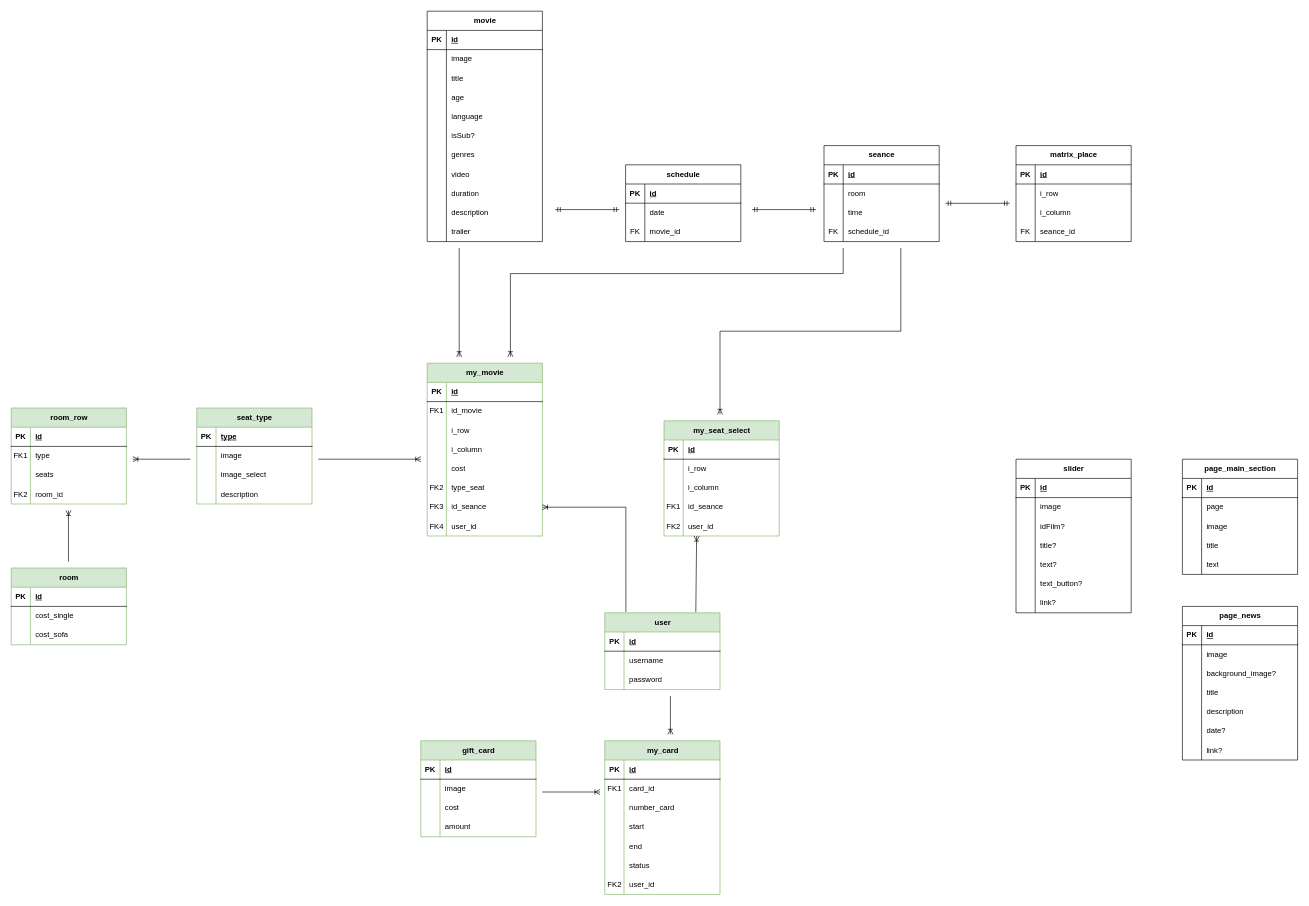
DeeMooR/Silver-Screen keeps this draw.io diagram as backend/Диаграмма классов.drawio. Above is the earlier version. Source tidied: cells renumbered, new cells numbered last; positions are measured from the earlier drawing's top-left corner, leaving out a move shared by most shapes. Both pictures are drawn from the tidied source at 64%, with x=0, y=0 at pixel (11, 11).
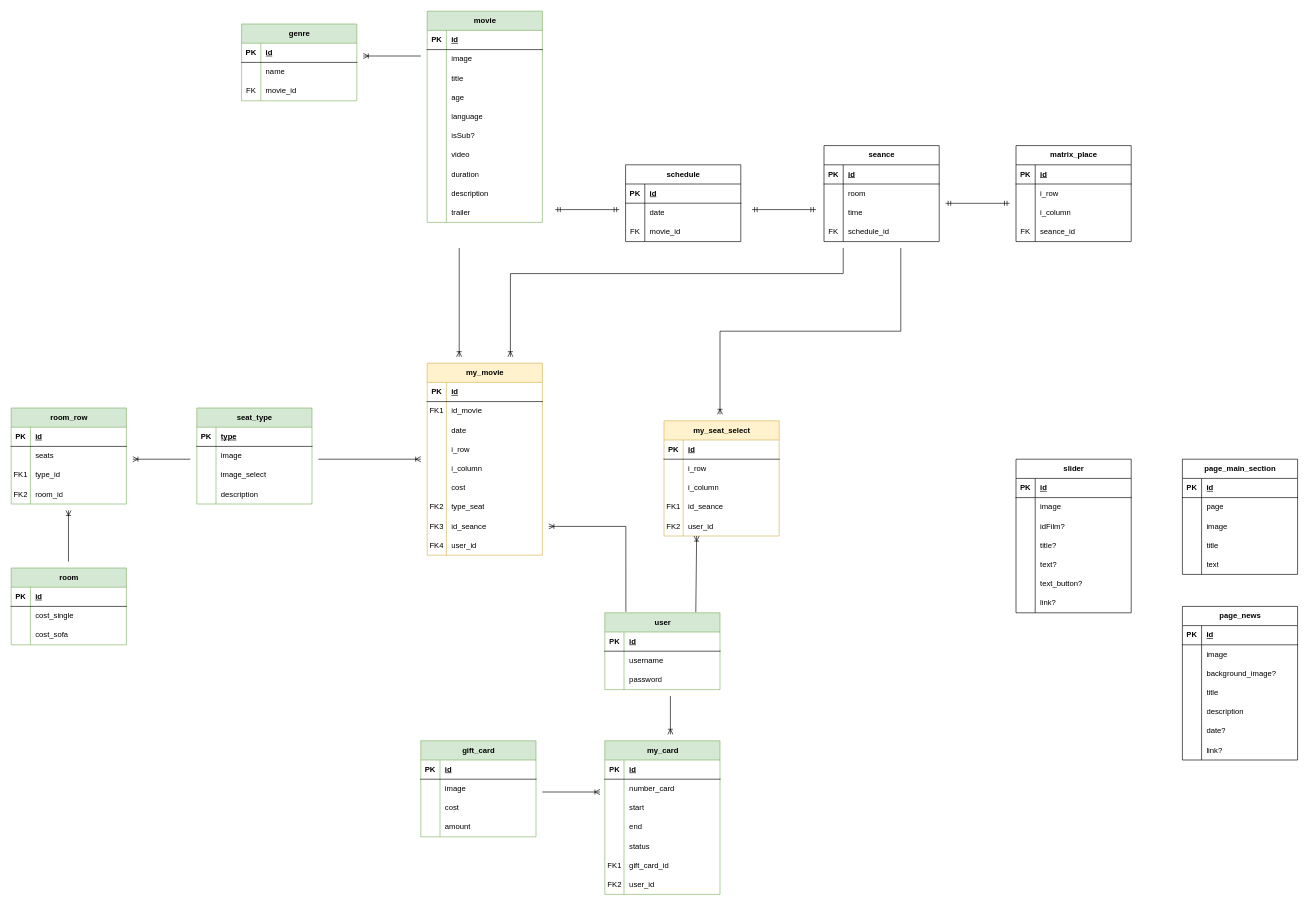
After the change.

Unchanged cells that the change refers to:
```xml
<mxCell id="2" value="user" style="shape=table;startSize=30;childLayout=tableLayout;rowLines=0;fontStyle=1;align=center;html=1;fillColor=#d5e8d4;strokeColor=#82b366;" parent="1" vertex="1">
  <mxGeometry x="927.5" y="940" width="180" height="120" as="geometry" />
</mxCell>
<mxCell id="12" value="my_card" style="shape=table;startSize=30;childLayout=tableLayout;rowLines=0;fontStyle=1;align=center;html=1;fillColor=#d5e8d4;strokeColor=#82b366;" parent="1" vertex="1">
  <mxGeometry x="927.5" y="1140" width="180" height="240" as="geometry" />
</mxCell>
<mxCell id="175" style="shape=tableRow;horizontal=0;startSize=0;swimlaneHead=0;swimlaneBody=0;fillColor=none;top=0;left=0;right=0;bottom=0;" parent="171" vertex="1">
  <mxGeometry y="60" width="180" height="30" as="geometry" />
</mxCell>
<mxCell id="178" style="shape=tableRow;horizontal=0;startSize=0;swimlaneHead=0;swimlaneBody=0;fillColor=none;top=0;left=0;right=0;bottom=0;" parent="171" vertex="1">
  <mxGeometry y="90" width="180" height="30" as="geometry" />
</mxCell>
```

Change to the diagram source:
```diff
@@
-    <mxCell id="16" style="shape=tableRow;horizontal=0;startSize=0;swimlaneHead=0;swimlaneBody=0;fillColor=none;top=0;left=0;right=0;bottom=0;" parent="12" vertex="1">
-      <mxGeometry y="60" width="180" height="30" as="geometry" />
-    </mxCell>
-    <mxCell id="17" value="FK1" style="shape=partialRectangle;fillColor=none;top=0;left=0;bottom=0;right=0;overflow=hidden;whiteSpace=wrap;html=1;" parent="16" vertex="1">
-      <mxGeometry width="30" height="30" as="geometry" />
-    </mxCell>
-    <mxCell id="18" value="card_id" style="shape=partialRectangle;fillColor=none;top=0;left=0;bottom=0;right=0;align=left;spacingLeft=6;overflow=hidden;whiteSpace=wrap;html=1;" parent="16" vertex="1">
-      <mxGeometry x="30" width="150" height="30" as="geometry" />
-    </mxCell>
     <mxCell id="19" style="shape=tableRow;horizontal=0;startSize=0;swimlaneHead=0;swimlaneBody=0;fillColor=none;top=0;left=0;right=0;bottom=0;" parent="12" vertex="1">
-      <mxGeometry y="90" width="180" height="30" as="geometry" />
+      <mxGeometry y="60" width="180" height="30" as="geometry" />
     </mxCell>
@@
     <mxCell id="22" style="shape=tableRow;horizontal=0;startSize=0;swimlaneHead=0;swimlaneBody=0;fillColor=none;top=0;left=0;right=0;bottom=0;" parent="12" vertex="1">
-      <mxGeometry y="120" width="180" height="30" as="geometry" />
+      <mxGeometry y="90" width="180" height="30" as="geometry" />
     </mxCell>
@@
     <mxCell id="25" style="shape=tableRow;horizontal=0;startSize=0;swimlaneHead=0;swimlaneBody=0;fillColor=none;top=0;left=0;right=0;bottom=0;" parent="12" vertex="1">
-      <mxGeometry y="150" width="180" height="30" as="geometry" />
+      <mxGeometry y="120" width="180" height="30" as="geometry" />
     </mxCell>
@@
     <mxCell id="28" style="shape=tableRow;horizontal=0;startSize=0;swimlaneHead=0;swimlaneBody=0;fillColor=none;top=0;left=0;right=0;bottom=0;" parent="12" vertex="1">
-      <mxGeometry y="180" width="180" height="30" as="geometry" />
+      <mxGeometry y="150" width="180" height="30" as="geometry" />
     </mxCell>
@@
+    <mxCell id="267" style="shape=tableRow;horizontal=0;startSize=0;swimlaneHead=0;swimlaneBody=0;fillColor=none;top=0;left=0;right=0;bottom=0;" parent="12" vertex="1">
+      <mxGeometry y="180" width="180" height="30" as="geometry" />
+    </mxCell>
+    <mxCell id="17" value="FK1" style="shape=partialRectangle;fillColor=none;top=0;left=0;bottom=0;right=0;overflow=hidden;whiteSpace=wrap;html=1;" parent="267" vertex="1">
+      <mxGeometry width="30" height="30" as="geometry" />
+    </mxCell>
+    <mxCell id="268" value="gift_card_id" style="shape=partialRectangle;fillColor=none;top=0;left=0;bottom=0;right=0;align=left;spacingLeft=6;overflow=hidden;whiteSpace=wrap;html=1;" parent="267" vertex="1">
+      <mxGeometry x="30" width="150" height="30" as="geometry" />
+    </mxCell>
@@
-    <mxCell id="34" value="my_seat_select" style="shape=table;startSize=30;childLayout=tableLayout;rowLines=0;fontStyle=1;align=center;html=1;fillColor=#d5e8d4;strokeColor=#82b366;" parent="1" vertex="1">
+    <mxCell id="34" value="my_seat_select" style="shape=table;startSize=30;childLayout=tableLayout;rowLines=0;fontStyle=1;align=center;html=1;fillColor=#fff2cc;strokeColor=#d6b656;" parent="1" vertex="1">
       <mxGeometry x="1020" y="640" width="180" height="180" as="geometry" />
     </mxCell>
@@
-    <mxCell id="50" value="my_movie" style="shape=table;startSize=30;childLayout=tableLayout;rowLines=0;fontStyle=1;align=center;html=1;fillColor=#d5e8d4;strokeColor=#82b366;" parent="1" vertex="1">
-      <mxGeometry x="650" y="550" width="180" height="270" as="geometry" />
+    <mxCell id="50" value="my_movie" style="shape=table;startSize=30;childLayout=tableLayout;rowLines=0;fontStyle=1;align=center;html=1;fillColor=#fff2cc;strokeColor=#d6b656;" parent="1" vertex="1">
+      <mxGeometry x="650" y="550" width="180" height="300" as="geometry" />
     </mxCell>
@@
+    <mxCell id="269" style="shape=tableRow;horizontal=0;startSize=0;swimlaneHead=0;swimlaneBody=0;fillColor=none;top=0;left=0;right=0;bottom=0;" parent="50" vertex="1">
+      <mxGeometry y="90" width="180" height="30" as="geometry" />
+    </mxCell>
+    <mxCell id="270" style="shape=partialRectangle;fillColor=none;top=0;left=0;bottom=0;right=0;overflow=hidden;whiteSpace=wrap;html=1;" parent="269" vertex="1">
+      <mxGeometry width="30" height="30" as="geometry" />
+    </mxCell>
+    <mxCell id="271" value="date" style="shape=partialRectangle;fillColor=none;top=0;left=0;bottom=0;right=0;align=left;spacingLeft=6;overflow=hidden;whiteSpace=wrap;html=1;" parent="269" vertex="1">
+      <mxGeometry x="30" width="150" height="30" as="geometry" />
+    </mxCell>
     <mxCell id="57" style="shape=tableRow;horizontal=0;startSize=0;swimlaneHead=0;swimlaneBody=0;fillColor=none;top=0;left=0;right=0;bottom=0;" parent="50" vertex="1">
-      <mxGeometry y="90" width="180" height="30" as="geometry" />
+      <mxGeometry y="120" width="180" height="30" as="geometry" />
     </mxCell>
@@
     <mxCell id="60" style="shape=tableRow;horizontal=0;startSize=0;swimlaneHead=0;swimlaneBody=0;fillColor=none;top=0;left=0;right=0;bottom=0;" parent="50" vertex="1">
-      <mxGeometry y="120" width="180" height="30" as="geometry" />
+      <mxGeometry y="150" width="180" height="30" as="geometry" />
     </mxCell>
@@
     <mxCell id="63" style="shape=tableRow;horizontal=0;startSize=0;swimlaneHead=0;swimlaneBody=0;fillColor=none;top=0;left=0;right=0;bottom=0;" parent="50" vertex="1">
-      <mxGeometry y="150" width="180" height="30" as="geometry" />
+      <mxGeometry y="180" width="180" height="30" as="geometry" />
     </mxCell>
@@
     <mxCell id="66" style="shape=tableRow;horizontal=0;startSize=0;swimlaneHead=0;swimlaneBody=0;fillColor=none;top=0;left=0;right=0;bottom=0;" parent="50" vertex="1">
-      <mxGeometry y="180" width="180" height="30" as="geometry" />
+      <mxGeometry y="210" width="180" height="30" as="geometry" />
     </mxCell>
@@
     <mxCell id="69" style="shape=tableRow;horizontal=0;startSize=0;swimlaneHead=0;swimlaneBody=0;fillColor=none;points=[[0,0.5],[1,0.5]];portConstraint=eastwest;top=0;left=0;right=0;bottom=0;" parent="50" vertex="1">
-      <mxGeometry y="210" width="180" height="30" as="geometry" />
+      <mxGeometry y="240" width="180" height="30" as="geometry" />
     </mxCell>
@@
     <mxCell id="72" style="shape=tableRow;horizontal=0;startSize=0;swimlaneHead=0;swimlaneBody=0;fillColor=none;top=0;left=0;right=0;bottom=0;" parent="50" vertex="1">
-      <mxGeometry y="240" width="180" height="30" as="geometry" />
+      <mxGeometry y="270" width="180" height="30" as="geometry" />
     </mxCell>
@@
-    <mxCell id="176" value="FK1" style="shape=partialRectangle;fillColor=none;top=0;left=0;bottom=0;right=0;overflow=hidden;whiteSpace=wrap;html=1;" parent="175" vertex="1">
+    <mxCell id="176" style="shape=partialRectangle;fillColor=none;top=0;left=0;bottom=0;right=0;overflow=hidden;whiteSpace=wrap;html=1;" parent="175" vertex="1">
       <mxGeometry width="30" height="30" as="geometry" />
     </mxCell>
-    <mxCell id="177" value="type" style="shape=partialRectangle;fillColor=none;top=0;left=0;bottom=0;right=0;align=left;spacingLeft=6;overflow=hidden;whiteSpace=wrap;html=1;" parent="175" vertex="1">
+    <mxCell id="177" value="seats" style="shape=partialRectangle;fillColor=none;top=0;left=0;bottom=0;right=0;align=left;spacingLeft=6;overflow=hidden;whiteSpace=wrap;html=1;" parent="175" vertex="1">
       <mxGeometry x="30" width="150" height="30" as="geometry" />
     </mxCell>
@@
-    <mxCell id="179" style="shape=partialRectangle;fillColor=none;top=0;left=0;bottom=0;right=0;overflow=hidden;whiteSpace=wrap;html=1;" parent="178" vertex="1">
+    <mxCell id="179" value="FK1" style="shape=partialRectangle;fillColor=none;top=0;left=0;bottom=0;right=0;overflow=hidden;whiteSpace=wrap;html=1;" parent="178" vertex="1">
       <mxGeometry width="30" height="30" as="geometry" />
     </mxCell>
-    <mxCell id="180" value="seats" style="shape=partialRectangle;fillColor=none;top=0;left=0;bottom=0;right=0;align=left;spacingLeft=6;overflow=hidden;whiteSpace=wrap;html=1;" parent="178" vertex="1">
+    <mxCell id="180" value="type_id" style="shape=partialRectangle;fillColor=none;top=0;left=0;bottom=0;right=0;align=left;spacingLeft=6;overflow=hidden;whiteSpace=wrap;html=1;" parent="178" vertex="1">
       <mxGeometry x="30" width="150" height="30" as="geometry" />
     </mxCell>
@@
-    <mxCell id="184" value="movie" style="shape=table;startSize=30;childLayout=tableLayout;rowLines=0;fontStyle=1;align=center;html=1;" parent="1" vertex="1">
-      <mxGeometry x="650" width="180" height="360" as="geometry" />
+    <mxCell id="184" value="movie" style="shape=table;startSize=30;childLayout=tableLayout;rowLines=0;fontStyle=1;align=center;html=1;fillColor=#d5e8d4;strokeColor=#82b366;" parent="1" vertex="1">
+      <mxGeometry x="650" width="180" height="330" as="geometry" />
     </mxCell>
@@
-    <mxCell id="203" style="shape=tableRow;horizontal=0;startSize=0;swimlaneHead=0;swimlaneBody=0;fillColor=none;top=0;left=0;right=0;bottom=0;" parent="184" vertex="1">
-      <mxGeometry y="210" width="180" height="30" as="geometry" />
-    </mxCell>
-    <mxCell id="204" style="shape=partialRectangle;fillColor=none;top=0;left=0;bottom=0;right=0;overflow=hidden;whiteSpace=wrap;html=1;" parent="203" vertex="1">
-      <mxGeometry width="30" height="30" as="geometry" />
-    </mxCell>
-    <mxCell id="205" value="genres" style="shape=partialRectangle;fillColor=none;top=0;left=0;bottom=0;right=0;align=left;spacingLeft=6;overflow=hidden;whiteSpace=wrap;html=1;" parent="203" vertex="1">
-      <mxGeometry x="30" width="150" height="30" as="geometry" />
-    </mxCell>
     <mxCell id="206" style="shape=tableRow;horizontal=0;startSize=0;swimlaneHead=0;swimlaneBody=0;fillColor=none;top=0;left=0;right=0;bottom=0;" parent="184" vertex="1">
-      <mxGeometry y="240" width="180" height="30" as="geometry" />
+      <mxGeometry y="210" width="180" height="30" as="geometry" />
     </mxCell>
@@
     <mxCell id="209" style="shape=tableRow;horizontal=0;startSize=0;swimlaneHead=0;swimlaneBody=0;fillColor=none;top=0;left=0;right=0;bottom=0;" parent="184" vertex="1">
-      <mxGeometry y="270" width="180" height="30" as="geometry" />
+      <mxGeometry y="240" width="180" height="30" as="geometry" />
     </mxCell>
@@
     <mxCell id="212" style="shape=tableRow;horizontal=0;startSize=0;swimlaneHead=0;swimlaneBody=0;fillColor=none;top=0;left=0;right=0;bottom=0;" parent="184" vertex="1">
-      <mxGeometry y="300" width="180" height="30" as="geometry" />
+      <mxGeometry y="270" width="180" height="30" as="geometry" />
     </mxCell>
@@
     <mxCell id="215" style="shape=tableRow;horizontal=0;startSize=0;swimlaneHead=0;swimlaneBody=0;fillColor=none;top=0;left=0;right=0;bottom=0;" parent="184" vertex="1">
-      <mxGeometry y="330" width="180" height="30" as="geometry" />
+      <mxGeometry y="300" width="180" height="30" as="geometry" />
     </mxCell>
@@
-    <mxCell id="257" style="edgeStyle=orthogonalEdgeStyle;fontSize=12;html=1;endArrow=ERoneToMany;rounded=0;entryX=1;entryY=0.5;entryDx=0;entryDy=0;exitX=0.183;exitY=-0.012;exitDx=0;exitDy=0;exitPerimeter=0;" parent="1" edge="1" source="2" target="69">
+    <mxCell id="257" style="edgeStyle=orthogonalEdgeStyle;fontSize=12;html=1;endArrow=ERoneToMany;rounded=0;exitX=0.183;exitY=-0.012;exitDx=0;exitDy=0;exitPerimeter=0;" parent="1" edge="1" source="2">
       <mxGeometry relative="1" as="geometry">
+        <mxPoint x="840" y="805" as="targetPoint" />
         <Array as="points">
-          <mxPoint x="960" y="775" />
+          <mxPoint x="960" y="805" />
         </Array>
       </mxGeometry>
     </mxCell>
@@
+    <mxCell id="272" value="genre" style="shape=table;startSize=30;childLayout=tableLayout;rowLines=0;fontStyle=1;align=center;html=1;fillColor=#d5e8d4;strokeColor=#82b366;" parent="1" vertex="1">
+      <mxGeometry x="360" y="20" width="180" height="120" as="geometry" />
+    </mxCell>
+    <mxCell id="273" style="shape=tableRow;horizontal=0;startSize=0;swimlaneHead=0;swimlaneBody=0;fillColor=none;top=0;left=0;right=0;bottom=1;" parent="272" vertex="1">
+      <mxGeometry y="30" width="180" height="30" as="geometry" />
+    </mxCell>
+    <mxCell id="274" value="PK" style="shape=partialRectangle;fillColor=none;top=0;left=0;bottom=0;right=0;fontStyle=1;overflow=hidden;whiteSpace=wrap;html=1;" parent="273" vertex="1">
+      <mxGeometry width="30" height="30" as="geometry" />
+    </mxCell>
+    <mxCell id="275" value="id" style="shape=partialRectangle;fillColor=none;top=0;left=0;bottom=0;right=0;align=left;spacingLeft=6;fontStyle=5;overflow=hidden;whiteSpace=wrap;html=1;" parent="273" vertex="1">
+      <mxGeometry x="30" width="150" height="30" as="geometry" />
+    </mxCell>
+    <mxCell id="16" style="shape=tableRow;horizontal=0;startSize=0;swimlaneHead=0;swimlaneBody=0;fillColor=none;top=0;left=0;right=0;bottom=0;" parent="272" vertex="1">
+      <mxGeometry y="60" width="180" height="30" as="geometry" />
+    </mxCell>
+    <mxCell id="276" style="shape=partialRectangle;fillColor=none;top=0;left=0;bottom=0;right=0;overflow=hidden;whiteSpace=wrap;html=1;" parent="16" vertex="1">
+      <mxGeometry width="30" height="30" as="geometry" />
+    </mxCell>
+    <mxCell id="277" value="name" style="shape=partialRectangle;fillColor=none;top=0;left=0;bottom=0;right=0;align=left;spacingLeft=6;overflow=hidden;whiteSpace=wrap;html=1;" parent="16" vertex="1">
+      <mxGeometry x="30" width="150" height="30" as="geometry" />
+    </mxCell>
+    <mxCell id="278" style="shape=tableRow;horizontal=0;startSize=0;swimlaneHead=0;swimlaneBody=0;fillColor=none;top=0;left=0;right=0;bottom=0;" parent="272" vertex="1">
+      <mxGeometry y="90" width="180" height="30" as="geometry" />
+    </mxCell>
+    <mxCell id="279" value="FK" style="shape=partialRectangle;fillColor=none;top=0;left=0;bottom=0;right=0;overflow=hidden;whiteSpace=wrap;html=1;" parent="278" vertex="1">
+      <mxGeometry width="30" height="30" as="geometry" />
+    </mxCell>
+    <mxCell id="280" value="movie_id" style="shape=partialRectangle;fillColor=none;top=0;left=0;bottom=0;right=0;align=left;spacingLeft=6;overflow=hidden;whiteSpace=wrap;html=1;" parent="278" vertex="1">
+      <mxGeometry x="30" width="150" height="30" as="geometry" />
+    </mxCell>
+    <mxCell id="281" style="fontSize=12;html=1;endArrow=ERoneToMany;rounded=0;" parent="1" edge="1">
+      <mxGeometry relative="1" as="geometry">
+        <mxPoint x="640" y="70" as="sourcePoint" />
+        <mxPoint x="550" y="70" as="targetPoint" />
+      </mxGeometry>
+    </mxCell>
```
